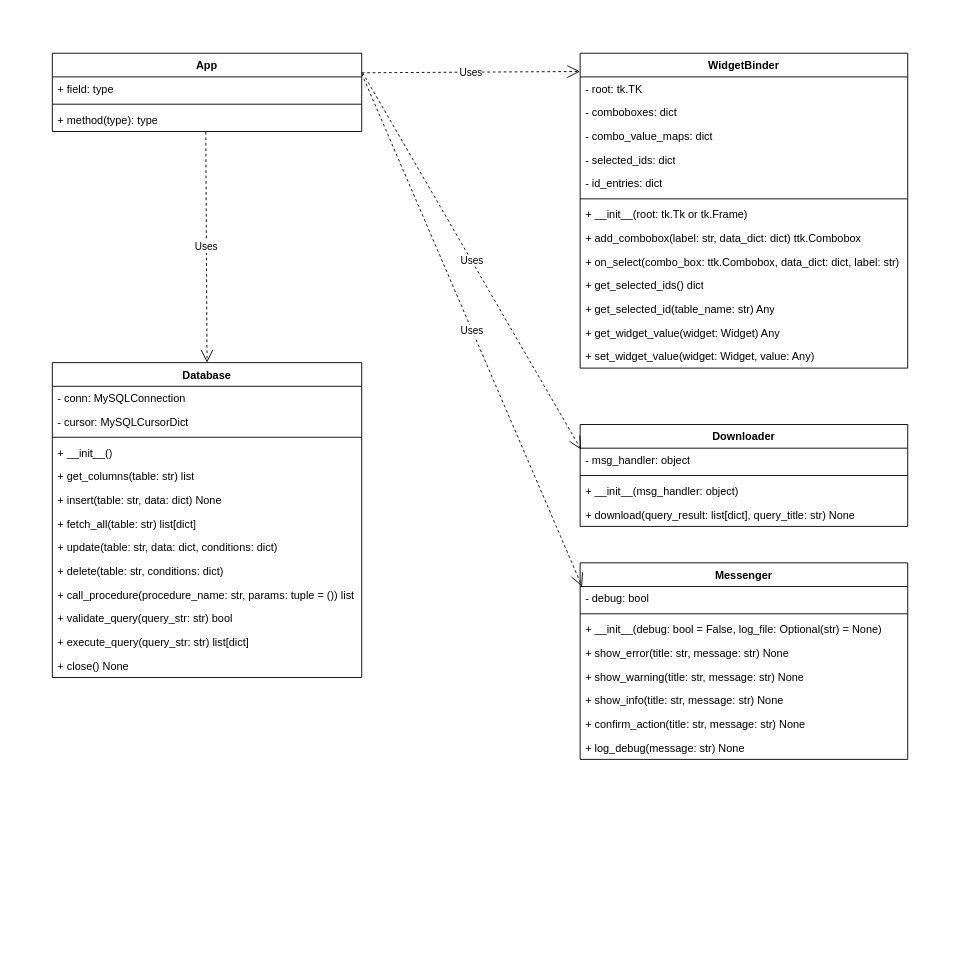
Above: reference/Value Measurement Application Class Structure.drawio in dtminnick/value (draw.io), before the change. Source tidied: cells renumbered, new cells numbered last; positions are measured from the earlier drawing's top-left corner, leaving out a move shared by most shapes. Both pictures are drawn from the tidied source at 91%, with x=0, y=0 at pixel (52, 53).
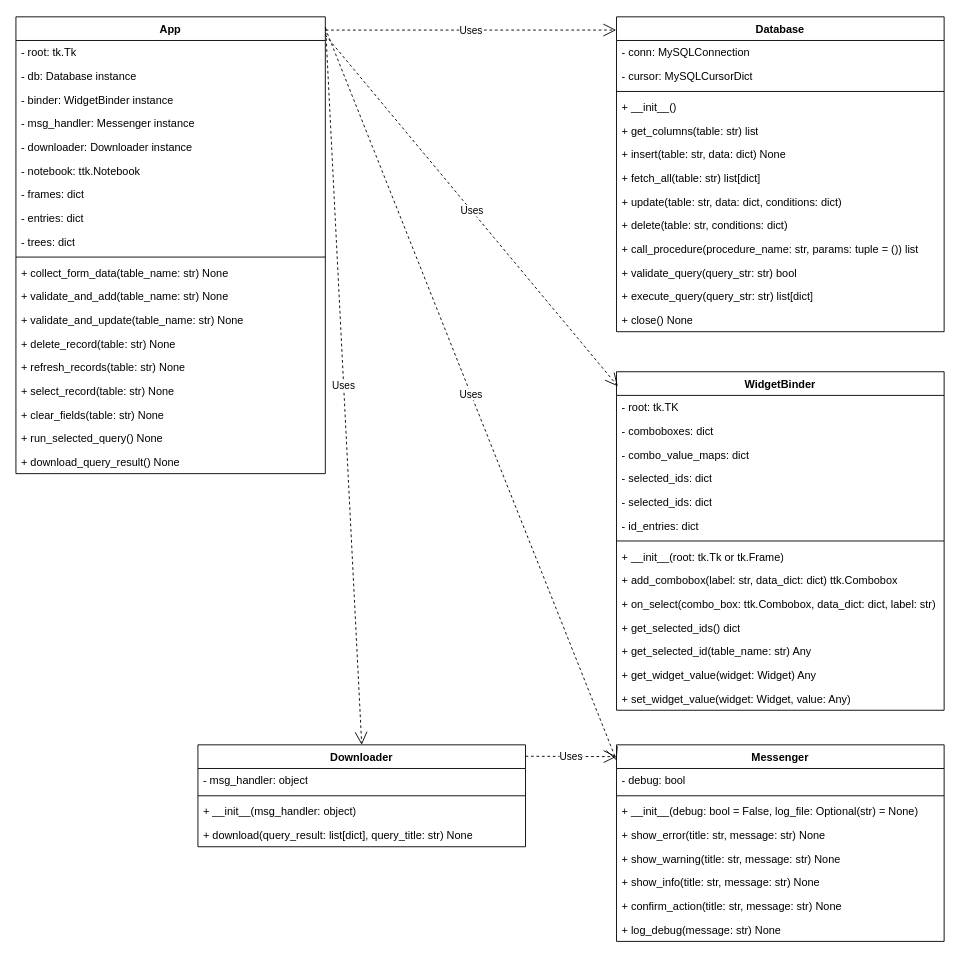
Above is the later version.

Unchanged cells that the change refers to:
```xml
<mxCell id="37" value="- msg_handler: object" style="text;strokeColor=none;fillColor=none;align=left;verticalAlign=top;spacingLeft=4;spacingRight=4;overflow=hidden;points=[[0,0.5],[1,0.5]];portConstraint=eastwest;whiteSpace=wrap;html=1;" parent="36" vertex="1">
  <mxGeometry y="26" width="360" height="26" as="geometry" />
</mxCell>
<mxCell id="42" value="- debug: bool" style="text;strokeColor=none;fillColor=none;align=left;verticalAlign=top;spacingLeft=4;spacingRight=4;overflow=hidden;points=[[0,0.5],[1,0.5]];portConstraint=eastwest;whiteSpace=wrap;html=1;" parent="41" vertex="1">
  <mxGeometry y="26" width="360" height="26" as="geometry" />
</mxCell>
```

The edit, as a diff of the source:
```diff
@@
     <mxCell id="2" value="WidgetBinder" style="swimlane;fontStyle=1;align=center;verticalAlign=top;horizontal=1;startSize=26;whiteSpace=wrap;html=1;" parent="1" vertex="1">
-      <mxGeometry x="580" width="360" height="346" as="geometry" />
+      <mxGeometry x="620" y="350" width="360" height="372" as="geometry" />
     </mxCell>
@@
+    <mxCell id="52" value="- selected_ids: dict" style="text;strokeColor=none;fillColor=none;align=left;verticalAlign=top;spacingLeft=4;spacingRight=4;overflow=hidden;whiteSpace=wrap;html=1;" parent="2" vertex="1">
+      <mxGeometry y="130" width="360" height="26" as="geometry" />
+    </mxCell>
     <mxCell id="7" value="- id_entries: dict" style="text;strokeColor=none;fillColor=none;align=left;verticalAlign=top;spacingLeft=4;spacingRight=4;overflow=hidden;whiteSpace=wrap;html=1;" parent="2" vertex="1">
-      <mxGeometry y="130" width="360" height="26" as="geometry" />
+      <mxGeometry y="156" width="360" height="26" as="geometry" />
     </mxCell>
     <mxCell id="8" style="line;strokeWidth=1;fillColor=none;align=left;verticalAlign=middle;spacingTop=-1;spacingLeft=3;spacingRight=3;labelPosition=right;strokeColor=inherit;" parent="2" vertex="1">
-      <mxGeometry y="156" width="360" height="8" as="geometry" />
+      <mxGeometry y="182" width="360" height="8" as="geometry" />
     </mxCell>
     <mxCell id="9" value="+ __init__(root: tk.Tk or tk.Frame)" style="text;strokeColor=none;fillColor=none;align=left;verticalAlign=top;spacingLeft=4;spacingRight=4;overflow=hidden;whiteSpace=wrap;html=1;" parent="2" vertex="1">
-      <mxGeometry y="164" width="360" height="26" as="geometry" />
+      <mxGeometry y="190" width="360" height="26" as="geometry" />
     </mxCell>
     <mxCell id="10" value="+ add_combobox(label: str, data_dict: dict) ttk.Combobox" style="text;strokeColor=none;fillColor=none;align=left;verticalAlign=top;spacingLeft=4;spacingRight=4;overflow=hidden;whiteSpace=wrap;html=1;" parent="2" vertex="1">
-      <mxGeometry y="190" width="360" height="26" as="geometry" />
+      <mxGeometry y="216" width="360" height="26" as="geometry" />
     </mxCell>
     <mxCell id="11" value="+ on_select(combo_box: ttk.Combobox, data_dict: dict, label: str)" style="text;strokeColor=none;fillColor=none;align=left;verticalAlign=top;spacingLeft=4;spacingRight=4;overflow=hidden;whiteSpace=wrap;html=1;" parent="2" vertex="1">
-      <mxGeometry y="216" width="360" height="26" as="geometry" />
+      <mxGeometry y="242" width="360" height="26" as="geometry" />
     </mxCell>
     <mxCell id="12" value="+ get_selected_ids() dict" style="text;strokeColor=none;fillColor=none;align=left;verticalAlign=top;spacingLeft=4;spacingRight=4;overflow=hidden;whiteSpace=wrap;html=1;" parent="2" vertex="1">
-      <mxGeometry y="242" width="360" height="26" as="geometry" />
+      <mxGeometry y="268" width="360" height="26" as="geometry" />
     </mxCell>
     <mxCell id="13" value="+ get_selected_id(table_name: str) Any" style="text;strokeColor=none;fillColor=none;align=left;verticalAlign=top;spacingLeft=4;spacingRight=4;overflow=hidden;whiteSpace=wrap;html=1;" parent="2" vertex="1">
-      <mxGeometry y="268" width="360" height="26" as="geometry" />
+      <mxGeometry y="294" width="360" height="26" as="geometry" />
     </mxCell>
     <mxCell id="14" value="+ get_widget_value(widget: Widget) Any" style="text;strokeColor=none;fillColor=none;align=left;verticalAlign=top;spacingLeft=4;spacingRight=4;overflow=hidden;whiteSpace=wrap;html=1;" parent="2" vertex="1">
-      <mxGeometry y="294" width="360" height="26" as="geometry" />
+      <mxGeometry y="320" width="360" height="26" as="geometry" />
     </mxCell>
     <mxCell id="15" value="+ set_widget_value(widget: Widget, value: Any)" style="text;strokeColor=none;fillColor=none;align=left;verticalAlign=top;spacingLeft=4;spacingRight=4;overflow=hidden;whiteSpace=wrap;html=1;" parent="2" vertex="1">
-      <mxGeometry y="320" width="360" height="26" as="geometry" />
+      <mxGeometry y="346" width="360" height="26" as="geometry" />
     </mxCell>
     <mxCell id="16" value="Database" style="swimlane;fontStyle=1;align=center;verticalAlign=top;horizontal=1;startSize=26;whiteSpace=wrap;html=1;" parent="1" vertex="1">
-      <mxGeometry y="340" width="340" height="346" as="geometry" />
+      <mxGeometry x="620" y="-40" width="360" height="346" as="geometry" />
     </mxCell>
     <mxCell id="17" value="- conn: MySQLConnection" style="text;strokeColor=none;fillColor=none;align=left;verticalAlign=top;spacingLeft=4;spacingRight=4;overflow=hidden;whiteSpace=wrap;html=1;" parent="16" vertex="1">
-      <mxGeometry y="26" width="340" height="26" as="geometry" />
+      <mxGeometry y="26" width="360" height="26" as="geometry" />
     </mxCell>
     <mxCell id="18" value="- cursor: MySQLCursorDict" style="text;strokeColor=none;fillColor=none;align=left;verticalAlign=top;spacingLeft=4;spacingRight=4;overflow=hidden;whiteSpace=wrap;html=1;" parent="16" vertex="1">
-      <mxGeometry y="52" width="340" height="26" as="geometry" />
+      <mxGeometry y="52" width="360" height="26" as="geometry" />
     </mxCell>
     <mxCell id="19" style="line;strokeWidth=1;fillColor=none;align=left;verticalAlign=middle;spacingTop=-1;spacingLeft=3;spacingRight=3;labelPosition=right;strokeColor=inherit;" parent="16" vertex="1">
-      <mxGeometry y="78" width="340" height="8" as="geometry" />
+      <mxGeometry y="78" width="360" height="8" as="geometry" />
     </mxCell>
     <mxCell id="20" value="+ __init__()" style="text;strokeColor=none;fillColor=none;align=left;verticalAlign=top;spacingLeft=4;spacingRight=4;overflow=hidden;whiteSpace=wrap;html=1;" parent="16" vertex="1">
-      <mxGeometry y="86" width="340" height="26" as="geometry" />
+      <mxGeometry y="86" width="360" height="26" as="geometry" />
     </mxCell>
     <mxCell id="21" value="+ get_columns(table: str) list" style="text;strokeColor=none;fillColor=none;align=left;verticalAlign=top;spacingLeft=4;spacingRight=4;overflow=hidden;whiteSpace=wrap;html=1;" parent="16" vertex="1">
-      <mxGeometry y="112" width="340" height="26" as="geometry" />
+      <mxGeometry y="112" width="360" height="26" as="geometry" />
     </mxCell>
     <mxCell id="22" value="+ insert(table: str, data: dict) None" style="text;strokeColor=none;fillColor=none;align=left;verticalAlign=top;spacingLeft=4;spacingRight=4;overflow=hidden;whiteSpace=wrap;html=1;" parent="16" vertex="1">
-      <mxGeometry y="138" width="340" height="26" as="geometry" />
+      <mxGeometry y="138" width="360" height="26" as="geometry" />
     </mxCell>
     <mxCell id="23" value="+ fetch_all(table: str) list[dict]" style="text;strokeColor=none;fillColor=none;align=left;verticalAlign=top;spacingLeft=4;spacingRight=4;overflow=hidden;whiteSpace=wrap;html=1;" parent="16" vertex="1">
-      <mxGeometry y="164" width="340" height="26" as="geometry" />
+      <mxGeometry y="164" width="360" height="26" as="geometry" />
     </mxCell>
     <mxCell id="24" value="+ update(table: str, data: dict, conditions: dict)" style="text;strokeColor=none;fillColor=none;align=left;verticalAlign=top;spacingLeft=4;spacingRight=4;overflow=hidden;whiteSpace=wrap;html=1;" parent="16" vertex="1">
-      <mxGeometry y="190" width="340" height="26" as="geometry" />
+      <mxGeometry y="190" width="360" height="26" as="geometry" />
     </mxCell>
     <mxCell id="25" value="+ delete(table: str, conditions: dict)" style="text;strokeColor=none;fillColor=none;align=left;verticalAlign=top;spacingLeft=4;spacingRight=4;overflow=hidden;whiteSpace=wrap;html=1;" parent="16" vertex="1">
-      <mxGeometry y="216" width="340" height="26" as="geometry" />
+      <mxGeometry y="216" width="360" height="26" as="geometry" />
     </mxCell>
     <mxCell id="26" value="+ call_procedure(procedure_name: str, params: tuple = ()) list" style="text;strokeColor=none;fillColor=none;align=left;verticalAlign=top;spacingLeft=4;spacingRight=4;overflow=hidden;whiteSpace=wrap;html=1;" parent="16" vertex="1">
-      <mxGeometry y="242" width="340" height="26" as="geometry" />
+      <mxGeometry y="242" width="360" height="26" as="geometry" />
     </mxCell>
     <mxCell id="27" value="+ validate_query(query_str: str) bool" style="text;strokeColor=none;fillColor=none;align=left;verticalAlign=top;spacingLeft=4;spacingRight=4;overflow=hidden;whiteSpace=wrap;html=1;" parent="16" vertex="1">
-      <mxGeometry y="268" width="340" height="26" as="geometry" />
+      <mxGeometry y="268" width="360" height="26" as="geometry" />
     </mxCell>
     <mxCell id="28" value="+ execute_query(query_str: str) list[dict]" style="text;strokeColor=none;fillColor=none;align=left;verticalAlign=top;spacingLeft=4;spacingRight=4;overflow=hidden;whiteSpace=wrap;html=1;" parent="16" vertex="1">
-      <mxGeometry y="294" width="340" height="26" as="geometry" />
+      <mxGeometry y="294" width="360" height="26" as="geometry" />
     </mxCell>
     <mxCell id="29" value="+ close() None" style="text;strokeColor=none;fillColor=none;align=left;verticalAlign=top;spacingLeft=4;spacingRight=4;overflow=hidden;whiteSpace=wrap;html=1;" parent="16" vertex="1">
-      <mxGeometry y="320" width="340" height="26" as="geometry" />
+      <mxGeometry y="320" width="360" height="26" as="geometry" />
     </mxCell>
     <mxCell id="30" value="App" style="swimlane;fontStyle=1;align=center;verticalAlign=top;horizontal=1;startSize=26;whiteSpace=wrap;html=1;" parent="1" vertex="1">
-      <mxGeometry width="340" height="86" as="geometry" />
+      <mxGeometry x="-40" y="-40" width="340" height="502" as="geometry" />
     </mxCell>
-    <mxCell id="31" value="+ field: type" style="text;strokeColor=none;fillColor=none;align=left;verticalAlign=top;spacingLeft=4;spacingRight=4;overflow=hidden;points=[[0,0.5],[1,0.5]];portConstraint=eastwest;whiteSpace=wrap;html=1;" parent="30" vertex="1">
+    <mxCell id="31" value="- root: tk.Tk" style="text;strokeColor=none;fillColor=none;align=left;verticalAlign=top;spacingLeft=4;spacingRight=4;overflow=hidden;points=[[0,0.5],[1,0.5]];portConstraint=eastwest;whiteSpace=wrap;html=1;" parent="30" vertex="1">
       <mxGeometry y="26" width="340" height="26" as="geometry" />
     </mxCell>
+    <mxCell id="53" value="- db: Database instance" style="text;strokeColor=none;fillColor=none;align=left;verticalAlign=top;spacingLeft=4;spacingRight=4;overflow=hidden;whiteSpace=wrap;html=1;" parent="30" vertex="1">
+      <mxGeometry y="52" width="340" height="26" as="geometry" />
+    </mxCell>
+    <mxCell id="54" value="- binder: WidgetBinder instance" style="text;strokeColor=none;fillColor=none;align=left;verticalAlign=top;spacingLeft=4;spacingRight=4;overflow=hidden;whiteSpace=wrap;html=1;" parent="30" vertex="1">
+      <mxGeometry y="78" width="340" height="26" as="geometry" />
+    </mxCell>
+    <mxCell id="55" value="- msg_handler: Messenger instance" style="text;strokeColor=none;fillColor=none;align=left;verticalAlign=top;spacingLeft=4;spacingRight=4;overflow=hidden;whiteSpace=wrap;html=1;" parent="30" vertex="1">
+      <mxGeometry y="104" width="340" height="26" as="geometry" />
+    </mxCell>
+    <mxCell id="56" value="- downloader: Downloader instance" style="text;strokeColor=none;fillColor=none;align=left;verticalAlign=top;spacingLeft=4;spacingRight=4;overflow=hidden;whiteSpace=wrap;html=1;" parent="30" vertex="1">
+      <mxGeometry y="130" width="340" height="26" as="geometry" />
+    </mxCell>
+    <mxCell id="57" value="- notebook: ttk.Notebook" style="text;strokeColor=none;fillColor=none;align=left;verticalAlign=top;spacingLeft=4;spacingRight=4;overflow=hidden;whiteSpace=wrap;html=1;" parent="30" vertex="1">
+      <mxGeometry y="156" width="340" height="26" as="geometry" />
+    </mxCell>
+    <mxCell id="58" value="- frames: dict" style="text;strokeColor=none;fillColor=none;align=left;verticalAlign=top;spacingLeft=4;spacingRight=4;overflow=hidden;whiteSpace=wrap;html=1;" parent="30" vertex="1">
+      <mxGeometry y="182" width="340" height="26" as="geometry" />
+    </mxCell>
+    <mxCell id="59" value="- entries: dict" style="text;strokeColor=none;fillColor=none;align=left;verticalAlign=top;spacingLeft=4;spacingRight=4;overflow=hidden;whiteSpace=wrap;html=1;" parent="30" vertex="1">
+      <mxGeometry y="208" width="340" height="26" as="geometry" />
+    </mxCell>
+    <mxCell id="60" value="- trees: dict" style="text;strokeColor=none;fillColor=none;align=left;verticalAlign=top;spacingLeft=4;spacingRight=4;overflow=hidden;whiteSpace=wrap;html=1;" parent="30" vertex="1">
+      <mxGeometry y="234" width="340" height="26" as="geometry" />
+    </mxCell>
     <mxCell id="32" style="line;strokeWidth=1;fillColor=none;align=left;verticalAlign=middle;spacingTop=-1;spacingLeft=3;spacingRight=3;labelPosition=right;strokeColor=inherit;" parent="30" vertex="1">
-      <mxGeometry y="52" width="340" height="8" as="geometry" />
+      <mxGeometry y="260" width="340" height="8" as="geometry" />
     </mxCell>
-    <mxCell id="33" value="+ method(type): type" style="text;strokeColor=none;fillColor=none;align=left;verticalAlign=top;spacingLeft=4;spacingRight=4;overflow=hidden;points=[[0,0.5],[1,0.5]];portConstraint=eastwest;whiteSpace=wrap;html=1;" parent="30" vertex="1">
-      <mxGeometry y="60" width="340" height="26" as="geometry" />
-    </mxCell>
+    <mxCell id="61" value="+ collect_form_data(table_name: str) None" style="text;strokeColor=none;fillColor=none;align=left;verticalAlign=top;spacingLeft=4;spacingRight=4;overflow=hidden;whiteSpace=wrap;html=1;" parent="30" vertex="1">
+      <mxGeometry y="268" width="340" height="26" as="geometry" />
+    </mxCell>
+    <mxCell id="62" value="+ validate_and_add(table_name: str) None" style="text;strokeColor=none;fillColor=none;align=left;verticalAlign=top;spacingLeft=4;spacingRight=4;overflow=hidden;whiteSpace=wrap;html=1;" parent="30" vertex="1">
+      <mxGeometry y="294" width="340" height="26" as="geometry" />
+    </mxCell>
+    <mxCell id="63" value="+ validate_and_update(table_name: str) None" style="text;strokeColor=none;fillColor=none;align=left;verticalAlign=top;spacingLeft=4;spacingRight=4;overflow=hidden;whiteSpace=wrap;html=1;" parent="30" vertex="1">
+      <mxGeometry y="320" width="340" height="26" as="geometry" />
+    </mxCell>
+    <mxCell id="64" value="+ delete_record(table: str) None" style="text;strokeColor=none;fillColor=none;align=left;verticalAlign=top;spacingLeft=4;spacingRight=4;overflow=hidden;whiteSpace=wrap;html=1;" parent="30" vertex="1">
+      <mxGeometry y="346" width="340" height="26" as="geometry" />
+    </mxCell>
+    <mxCell id="65" value="+ refresh_records(table: str) None" style="text;strokeColor=none;fillColor=none;align=left;verticalAlign=top;spacingLeft=4;spacingRight=4;overflow=hidden;whiteSpace=wrap;html=1;" parent="30" vertex="1">
+      <mxGeometry y="372" width="340" height="26" as="geometry" />
+    </mxCell>
+    <mxCell id="66" value="+ select_record(table: str) None" style="text;strokeColor=none;fillColor=none;align=left;verticalAlign=top;spacingLeft=4;spacingRight=4;overflow=hidden;whiteSpace=wrap;html=1;" parent="30" vertex="1">
+      <mxGeometry y="398" width="340" height="26" as="geometry" />
+    </mxCell>
+    <mxCell id="67" value="+ clear_fields(table: str) None" style="text;strokeColor=none;fillColor=none;align=left;verticalAlign=top;spacingLeft=4;spacingRight=4;overflow=hidden;whiteSpace=wrap;html=1;" parent="30" vertex="1">
+      <mxGeometry y="424" width="340" height="26" as="geometry" />
+    </mxCell>
+    <mxCell id="68" value="+ run_selected_query() None" style="text;strokeColor=none;fillColor=none;align=left;verticalAlign=top;spacingLeft=4;spacingRight=4;overflow=hidden;whiteSpace=wrap;html=1;" parent="30" vertex="1">
+      <mxGeometry y="450" width="340" height="26" as="geometry" />
+    </mxCell>
+    <mxCell id="69" value="+ download_query_result() None" style="text;strokeColor=none;fillColor=none;align=left;verticalAlign=top;spacingLeft=4;spacingRight=4;overflow=hidden;whiteSpace=wrap;html=1;" parent="30" vertex="1">
+      <mxGeometry y="476" width="340" height="26" as="geometry" />
+    </mxCell>
-    <mxCell id="34" value="Uses" style="endArrow=open;endSize=12;dashed=1;html=1;rounded=0;exitX=1;exitY=0.25;exitDx=0;exitDy=0;entryX=0;entryY=0.058;entryDx=0;entryDy=0;entryPerimeter=0;" parent="1" edge="1" source="30" target="2">
+    <mxCell id="34" value="Uses" style="endArrow=open;endSize=12;dashed=1;html=1;rounded=0;exitX=1;exitY=0.04;exitDx=0;exitDy=0;exitPerimeter=0;entryX=0.004;entryY=0.043;entryDx=0;entryDy=0;entryPerimeter=0;" parent="1" edge="1" source="30" target="2">
       <mxGeometry relative="1" as="geometry" />
     </mxCell>
-    <mxCell id="35" value="Uses" style="endArrow=open;endSize=12;dashed=1;html=1;rounded=0;exitX=0.496;exitY=1.019;exitDx=0;exitDy=0;exitPerimeter=0;entryX=0.5;entryY=0;entryDx=0;entryDy=0;" parent="1" edge="1" source="33" target="16">
+    <mxCell id="35" value="Uses" style="endArrow=open;endSize=12;dashed=1;html=1;rounded=0;entryX=-0.001;entryY=0.042;entryDx=0;entryDy=0;entryPerimeter=0;exitX=1.001;exitY=0.029;exitDx=0;exitDy=0;exitPerimeter=0;" parent="1" edge="1" source="30" target="16">
       <mxGeometry relative="1" as="geometry" />
     </mxCell>
     <mxCell id="36" value="Downloader" style="swimlane;fontStyle=1;align=center;verticalAlign=top;horizontal=1;startSize=26;whiteSpace=wrap;html=1;" parent="1" vertex="1">
-      <mxGeometry x="580" y="408" width="360" height="112" as="geometry" />
+      <mxGeometry x="160" y="760" width="360" height="112" as="geometry" />
     </mxCell>
@@
     <mxCell id="41" value="Messenger" style="swimlane;fontStyle=1;align=center;verticalAlign=top;horizontal=1;startSize=26;whiteSpace=wrap;html=1;" parent="1" vertex="1">
-      <mxGeometry x="580" y="560" width="360" height="216" as="geometry" />
+      <mxGeometry x="620" y="760" width="360" height="216" as="geometry" />
     </mxCell>
@@
-    <mxCell id="50" value="Uses" style="endArrow=open;endSize=12;dashed=1;html=1;rounded=0;exitX=1.003;exitY=-0.173;exitDx=0;exitDy=0;exitPerimeter=0;entryX=0.003;entryY=0.058;entryDx=0;entryDy=0;entryPerimeter=0;" parent="1" edge="1" source="31" target="37">
+    <mxCell id="50" value="Uses" style="endArrow=open;endSize=12;dashed=1;html=1;rounded=0;entryX=0.5;entryY=0;entryDx=0;entryDy=0;exitX=1.001;exitY=0.023;exitDx=0;exitDy=0;exitPerimeter=0;" parent="1" edge="1" source="30" target="36">
       <mxGeometry relative="1" as="geometry" />
     </mxCell>
-    <mxCell id="51" value="Uses" style="endArrow=open;endSize=12;dashed=1;html=1;rounded=0;exitX=1;exitY=-0.135;exitDx=0;exitDy=0;exitPerimeter=0;entryX=0.006;entryY=0;entryDx=0;entryDy=0;entryPerimeter=0;" parent="1" edge="1" source="31" target="42">
+    <mxCell id="51" value="Uses" style="endArrow=open;endSize=12;dashed=1;html=1;rounded=0;entryX=0;entryY=0.079;entryDx=0;entryDy=0;entryPerimeter=0;exitX=1;exitY=0.025;exitDx=0;exitDy=0;exitPerimeter=0;" parent="1" edge="1" source="30" target="41">
       <mxGeometry relative="1" as="geometry" />
     </mxCell>
+    <mxCell id="70" value="Uses" style="endArrow=open;endSize=12;dashed=1;html=1;rounded=0;exitX=1;exitY=0.112;exitDx=0;exitDy=0;exitPerimeter=0;" parent="1" edge="1" source="36">
+      <mxGeometry relative="1" as="geometry">
+        <mxPoint x="620" y="773" as="targetPoint" />
+      </mxGeometry>
+    </mxCell>
```
